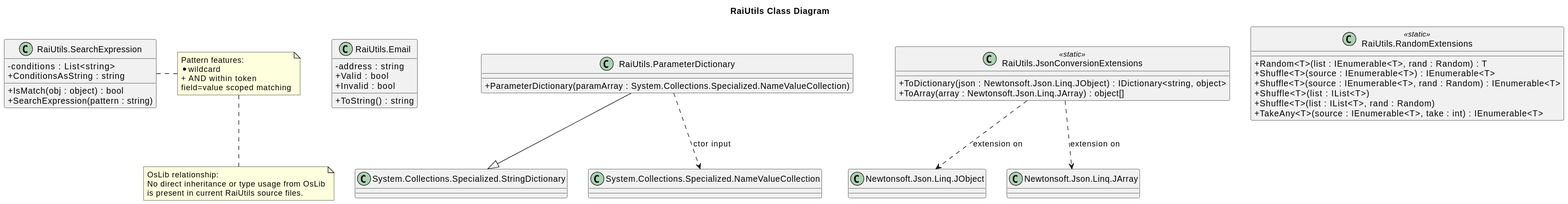
The PlantUML diagram RaiUtils-ClassDiagram.svg in Burkhardt/RaiUtils, before a commit.
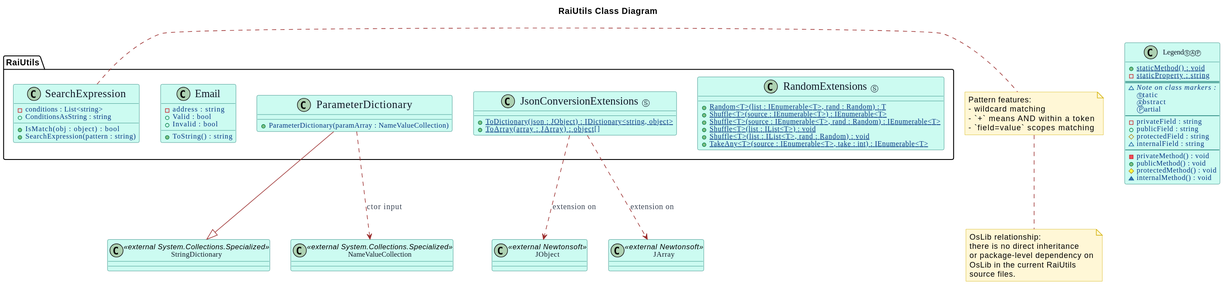
Above is the later version.

Diff of the diagram source:
```diff
@@ -1,62 +1,113 @@
 @startuml
-skinparam classAttributeIconSize 0
+
+title RaiUtils Class Diagram
+
+skinparam backgroundColor white
+skinparam shadowing false
+skinparam DiagramFontName "Casual"
+skinparam DiagramFontSize 36
+skinparam ClassFontName "Casual"
+skinparam ClassFontSize 36
+skinparam ClassAttributeIconSize 10
+skinparam ClassAttributeFontName Casual
+skinparam ClassAttributeFontColor #053583
+skinparam ClassAttributeFontWeight normal
+skinparam ClassAttributeFontSize 12
+skinparam ClassMethodFontName "Casual"
+skinparam ClassMethodFontSize 12
+skinparam ClassMethodFontWeight 500
+skinparam ClassAttributeFontStyle normal
+skinparam ClassBorderColor #0f766e
+skinparam ClassBackgroundColor #ccfbf1
+skinparam ClassFontColor #111827
+skinparam EnumBorderColor #b45309
+skinparam EnumBackgroundColor #fef3c7
+skinparam EnumFontColor #7c2d12
+skinparam NoteBackgroundColor #fff7d6
+skinparam NoteBorderColor #d4b106
+skinparam ArrowColor #9b2c2c
+skinparam ArrowFontColor #374151
+skinparam ArrowFontName "Casual"
+
 show fields
 show methods
 
-title RaiUtils Class Diagram
+package "RaiUtils" {
+	class "<size:18>Email</size>" as Email {
+		-address : string
+		+Valid : bool
+		+Invalid : bool
+		+ToString() : string
+	}
 
-class "RaiUtils.Email" as RaiUtils_Email {
-  -address : string
-  +Valid : bool
-  +Invalid : bool
-  +ToString() : string
+	class "<size:18>ParameterDictionary</size>" as ParameterDictionary {
+		+ParameterDictionary(paramArray : NameValueCollection)
+	}
+
+	class "<size:18>SearchExpression</size>" as SearchExpression {
+		-conditions : List<string>
+		+ConditionsAsString : string
+		+IsMatch(obj : object) : bool
+		+SearchExpression(pattern : string)
+	}
+
+	class "<size:18>JsonConversionExtensions</size> Ⓢ" as JsonConversionExtensions {
+		+{static} ToDictionary(json : JObject) : IDictionary<string, object>
+		+{static} ToArray(array : JArray) : object[]
+	}
+
+	class "<size:18>RandomExtensions</size> Ⓢ" as RandomExtensions {
+		+{static} Random<T>(list : IEnumerable<T>, rand : Random) : T
+		+{static} Shuffle<T>(source : IEnumerable<T>) : IEnumerable<T>
+		+{static} Shuffle<T>(source : IEnumerable<T>, rand : Random) : IEnumerable<T>
+		+{static} Shuffle<T>(list : IList<T>) : void
+		+{static} Shuffle<T>(list : IList<T>, rand : Random) : void
+		+{static} TakeAny<T>(source : IEnumerable<T>, take : int) : IEnumerable<T>
+	}
 }
 
-class "RaiUtils.ParameterDictionary" as RaiUtils_ParameterDictionary {
-  +ParameterDictionary(paramArray : System.Collections.Specialized.NameValueCollection)
+class "StringDictionary" as StringDictionary <<external System.Collections.Specialized>>
+class "NameValueCollection" as NameValueCollection <<external System.Collections.Specialized>>
+class "JObject" as JObject <<external Newtonsoft>>
+class "JArray" as JArray <<external Newtonsoft>>
+
+ParameterDictionary --|> StringDictionary
+ParameterDictionary ..> NameValueCollection : ctor input
+JsonConversionExtensions ..> JObject : extension on
+JsonConversionExtensions ..> JArray : extension on
+
+class "Legend<size:10>ⓈⒶⓅ</size>" as LegendSample {
+	+{static} staticMethod() : void
+	-{static} staticProperty : string
+	==
+	~<i>Note on class markers :</i>
+	<size:10>Ⓢ</size>tatic
+	<size:10>Ⓐ</size>bstract
+	Ⓟartial
+	--
+	- privateField : string
+	+ publicField : string
+	# protectedField : string
+	~ internalField : string
+	--
+	- privateMethod() : void
+	+ publicMethod() : void
+	# protectedMethod() : void
+	~ internalMethod() : void
 }
 
-class "RaiUtils.SearchExpression" as RaiUtils_SearchExpression {
-  -conditions : List<string>
-  +ConditionsAsString : string
-  +IsMatch(obj : object) : bool
-  +SearchExpression(pattern : string)
-}
-
-class "RaiUtils.JsonConversionExtensions" as RaiUtils_JsonConversionExtensions <<static>> {
-  +ToDictionary(json : Newtonsoft.Json.Linq.JObject) : IDictionary<string, object>
-  +ToArray(array : Newtonsoft.Json.Linq.JArray) : object[]
-}
-
-class "RaiUtils.RandomExtensions" as RaiUtils_RandomExtensions <<static>> {
-  +Random<T>(list : IEnumerable<T>, rand : Random) : T
-  +Shuffle<T>(source : IEnumerable<T>) : IEnumerable<T>
-  +Shuffle<T>(source : IEnumerable<T>, rand : Random) : IEnumerable<T>
-  +Shuffle<T>(list : IList<T>)
-  +Shuffle<T>(list : IList<T>, rand : Random)
-  +TakeAny<T>(source : IEnumerable<T>, take : int) : IEnumerable<T>
-}
-
-class "System.Collections.Specialized.StringDictionary" as System_Collections_Specialized_StringDictionary
-class "System.Collections.Specialized.NameValueCollection" as System_Collections_Specialized_NameValueCollection
-class "Newtonsoft.Json.Linq.JObject" as Newtonsoft_Json_Linq_JObject
-class "Newtonsoft.Json.Linq.JArray" as Newtonsoft_Json_Linq_JArray
-
-RaiUtils_ParameterDictionary --|> System_Collections_Specialized_StringDictionary
-RaiUtils_ParameterDictionary ..> System_Collections_Specialized_NameValueCollection : ctor input
-RaiUtils_JsonConversionExtensions ..> Newtonsoft_Json_Linq_JObject : extension on
-RaiUtils_JsonConversionExtensions ..> Newtonsoft_Json_Linq_JArray : extension on
-
-note right of RaiUtils_SearchExpression
-  Pattern features:
-  * wildcard
-  + AND within token
-  field=value scoped matching
+note right of SearchExpression
+	Pattern features:
+	- wildcard matching
+	- `+` means AND within a token
+	- `field=value` scopes matching
 end note
 
 note bottom
-  OsLib relationship:
-  No direct inheritance or type usage from OsLib
-  is present in current RaiUtils source files.
+	OsLib relationship:
+	there is no direct inheritance
+	or package-level dependency on
+	OsLib in the current RaiUtils
+	source files.
 end note
 @enduml
```
